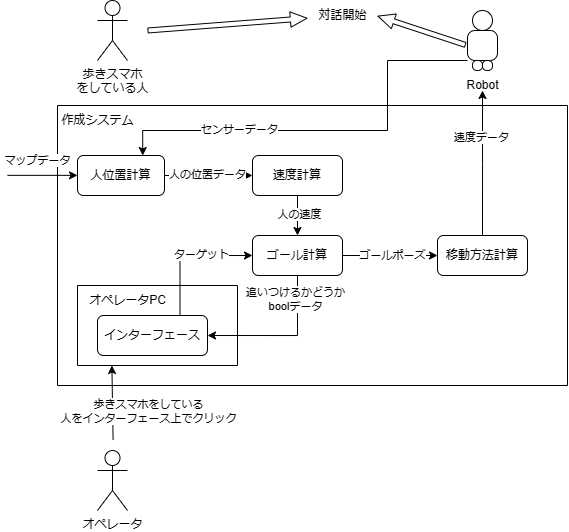
The draw.io diagram Paper/img/system_compose.drawio.png in Amano-take/robot_B4, before a commit. Source tidied: cells renumbered, new cells last; positions are measured from the earlier drawing's top-left corner, leaving out a move shared by most shapes.
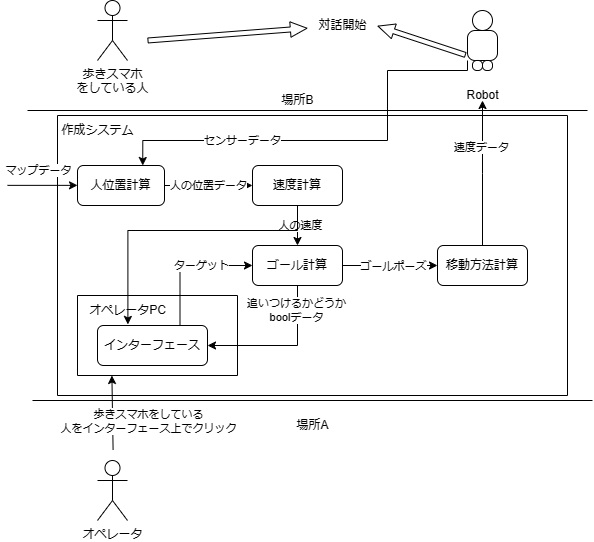
The same file after the commit.

What changed in the source:
```diff
@@ -65,8 +65,16 @@
     <mxCell id="22" value="ターゲット" style="edgeLabel;html=1;align=center;verticalAlign=middle;" parent="21" vertex="1">
       <mxGeometry x="0.23" y="1" relative="1" as="geometry" />
     </mxCell>
+    <mxCell id="41" style="edgeStyle=orthogonalEdgeStyle;rounded=0;jettySize=auto;html=1;exitX=0.5;exitY=1;exitDx=0;exitDy=0;entryX=0.504;entryY=0.964;entryDx=0;entryDy=0;entryPerimeter=0;" parent="3" edge="1" source="10" target="20">
+      <mxGeometry relative="1" as="geometry">
+        <Array as="points">
+          <mxPoint x="240" y="115" />
+          <mxPoint x="70" y="115" />
+        </Array>
+      </mxGeometry>
+    </mxCell>
     <mxCell id="23" value="歩きスマホ&lt;br&gt;をしている人" style="shape=umlActor;verticalLabelPosition=bottom;verticalAlign=top;html=1;" parent="1" vertex="1">
-      <mxGeometry x="90" width="30" height="60" as="geometry" />
+      <mxGeometry x="90" y="-10" width="30" height="60" as="geometry" />
     </mxCell>
     <mxCell id="24" value="Robot" style="text;html=1;align=center;verticalAlign=middle;strokeColor=none;fillColor=none;" parent="1" vertex="1">
       <mxGeometry x="445" y="70" width="60" height="30" as="geometry" />
@@ -86,7 +94,7 @@
       </mxGeometry>
     </mxCell>
     <mxCell id="27" style="group;" parent="1" vertex="1">
-      <mxGeometry x="460" y="10" width="30" height="60" as="geometry" />
+      <mxGeometry x="460" width="30" height="60" as="geometry" />
     </mxCell>
     <mxCell id="28" style="ellipse;whiteSpace=wrap;html=1;" parent="27" vertex="1">
       <mxGeometry x="5" width="20" height="20" as="geometry" />
@@ -145,5 +153,23 @@
         <mxPoint x="140" y="30" as="sourcePoint" />
       </mxGeometry>
     </mxCell>
+    <mxCell id="42" style="endArrow=none;html=1;rounded=0;" parent="1" edge="1">
+      <mxGeometry relative="1" as="geometry">
+        <mxPoint x="25" y="390" as="sourcePoint" />
+        <mxPoint x="585" y="390" as="targetPoint" />
+      </mxGeometry>
+    </mxCell>
+    <mxCell id="43" value="場所A" style="text;html=1;align=center;verticalAlign=middle;strokeColor=none;fillColor=none;" parent="1" vertex="1">
+      <mxGeometry x="275" y="400" width="60" height="30" as="geometry" />
+    </mxCell>
+    <mxCell id="44" style="endArrow=none;html=1;rounded=0;" parent="1" edge="1">
+      <mxGeometry relative="1" as="geometry">
+        <mxPoint x="20" y="100" as="sourcePoint" />
+        <mxPoint x="580" y="100" as="targetPoint" />
+      </mxGeometry>
+    </mxCell>
+    <mxCell id="45" value="場所B" style="text;html=1;align=center;verticalAlign=middle;strokeColor=none;fillColor=none;" parent="1" vertex="1">
+      <mxGeometry x="260" y="75" width="60" height="30" as="geometry" />
+    </mxCell>
   </root>
 </mxGraphModel>
```
